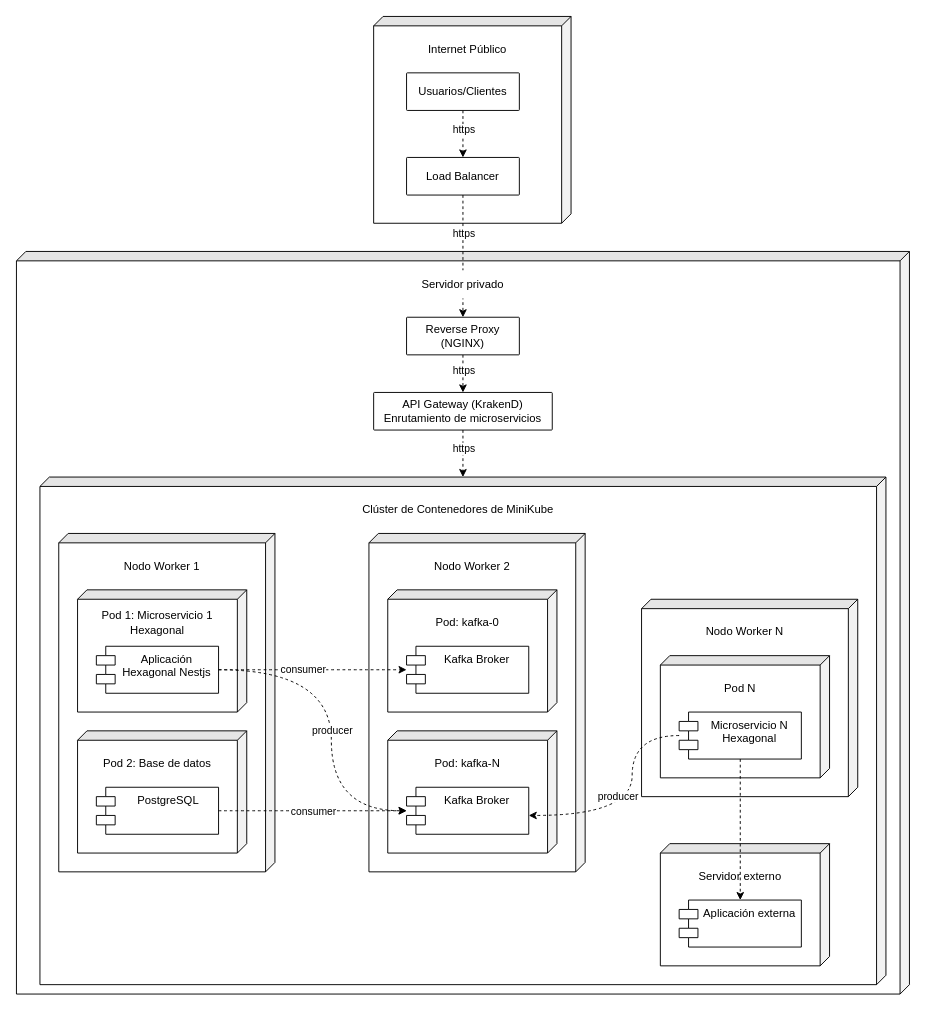
Above: page "Hardware/Despliegue" (3 of 6) of docs/designs/Logico.drawio in Schemify/schemify (draw.io), before the change. Source tidied: cells renumbered, new cells numbered last; positions are measured from the earlier drawing's top-left corner, leaving out a move shared by most shapes. Both pictures are drawn from the tidied source at 94%, with x=0, y=0 at pixel (16, 16).
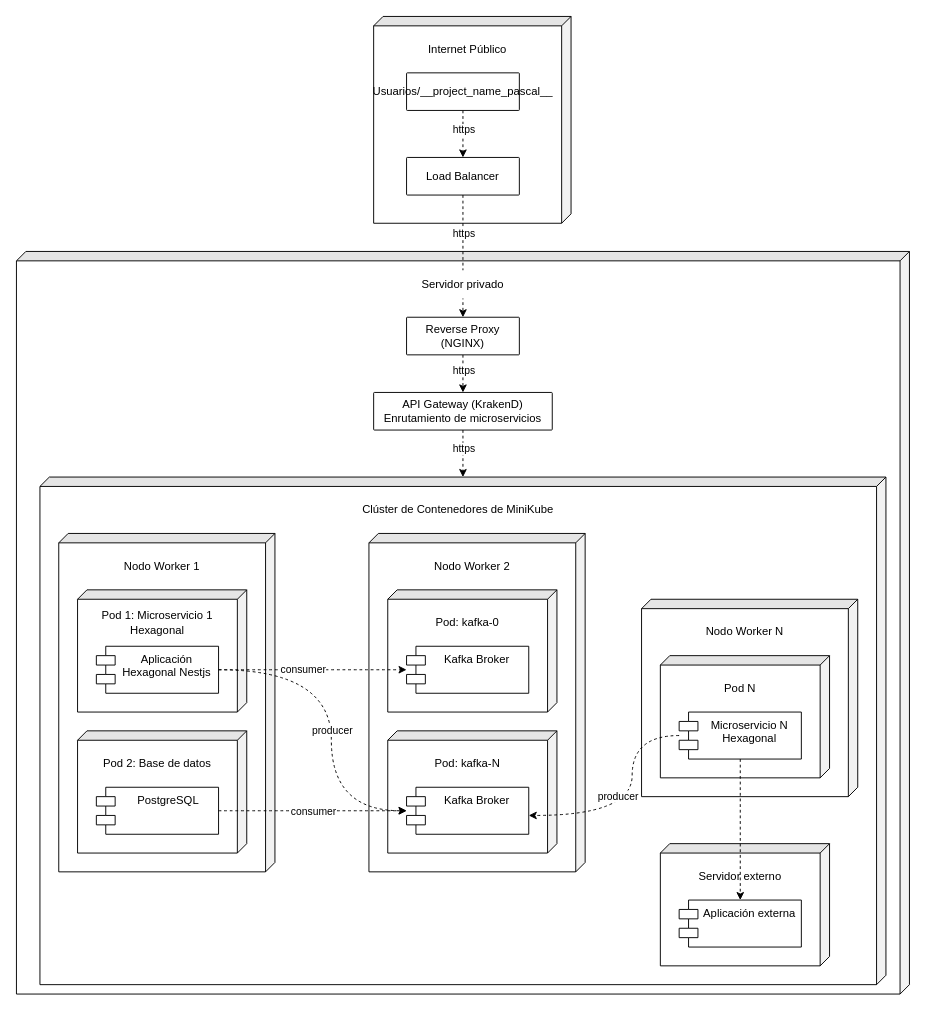
The same diagram, later.

The edit, as a diff of the source:
```diff
@@
-    <mxCell id="8" value="Usuarios/Clientes" style="rounded=1;whiteSpace=wrap;html=1;glass=0;arcSize=2;" parent="1" vertex="1">
+    <mxCell id="8" value="Usuarios/__project_name_pascal__" style="rounded=1;whiteSpace=wrap;html=1;glass=0;arcSize=2;" parent="1" vertex="1">
       <mxGeometry x="415" y="60" width="120" height="40" as="geometry" />
     </mxCell>
```
